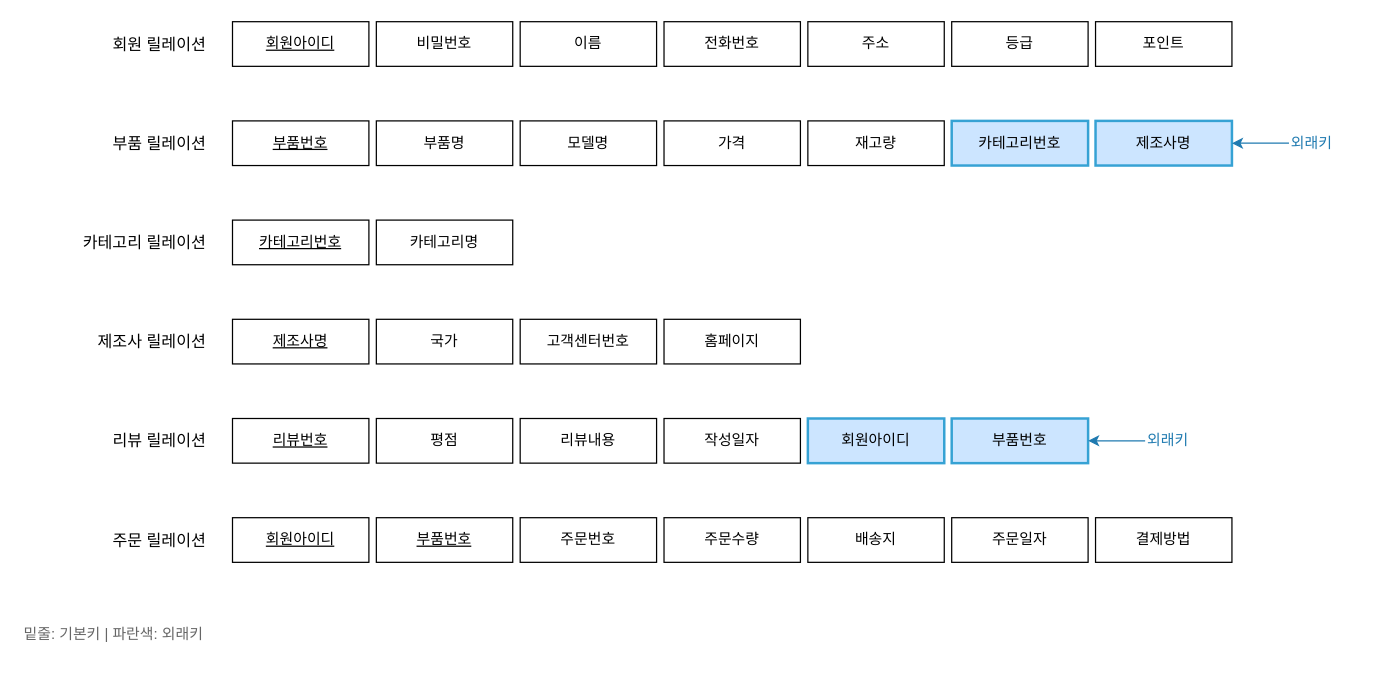
Before: pc_parts_mall_schema.drawio in woot0909/DB2026, a draw.io diagram. Source tidied: cells renumbered, new cells numbered last; positions are measured from the earlier drawing's top-left corner, leaving out a move shared by most shapes. Both pictures are drawn from the tidied source at 124%, with x=0, y=0 at pixel (21, 21).
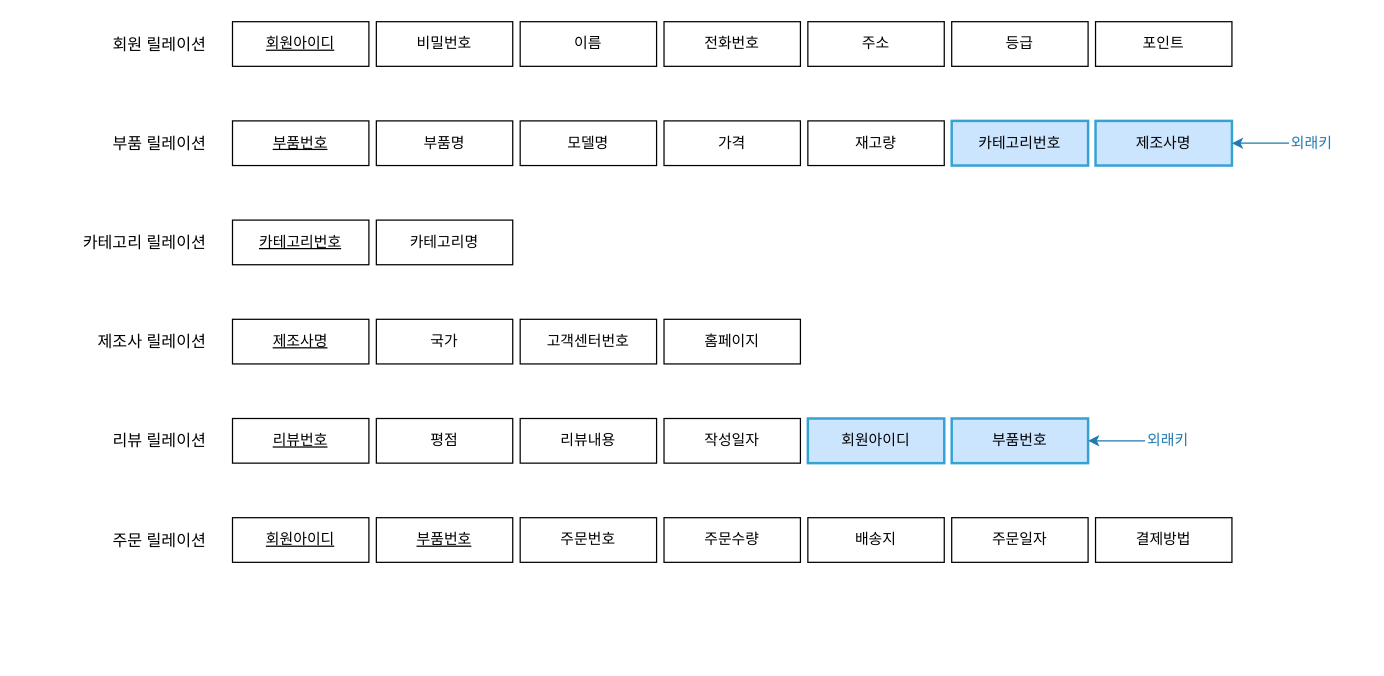
The same diagram, later.

What changed in the source:
```diff
@@
-    <mxCell id="45" value="밑줄: 기본키  |  파란색: 외래키" style="text;html=1;align=left;fontSize=12;fontColor=#666666;" parent="1" vertex="1">
-      <mxGeometry y="480" width="400" height="30" as="geometry" />
-    </mxCell>
```
